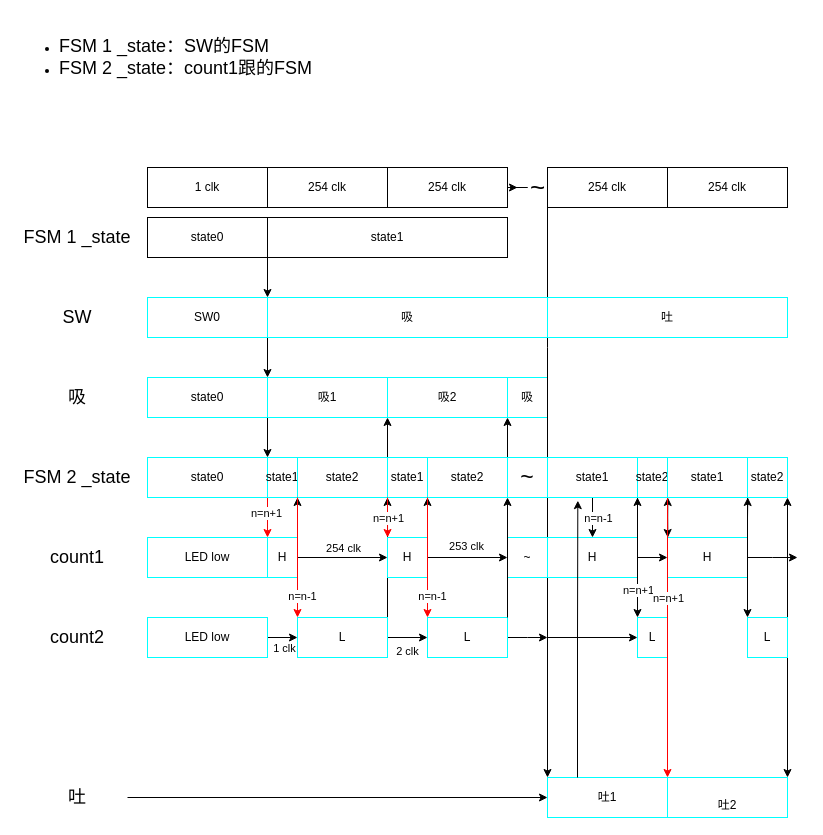
Above: page "MSC" (3 of 4) of S4/未命名圖表1.drawio in wsy0331/SOC-Lab (draw.io), before the change. Source tidied: cells renumbered, new cells numbered last; positions are measured from the earlier drawing's top-left corner, leaving out a move shared by most shapes. Both pictures are drawn from the tidied source at 100%, with x=0, y=0 at pixel (17, 17).
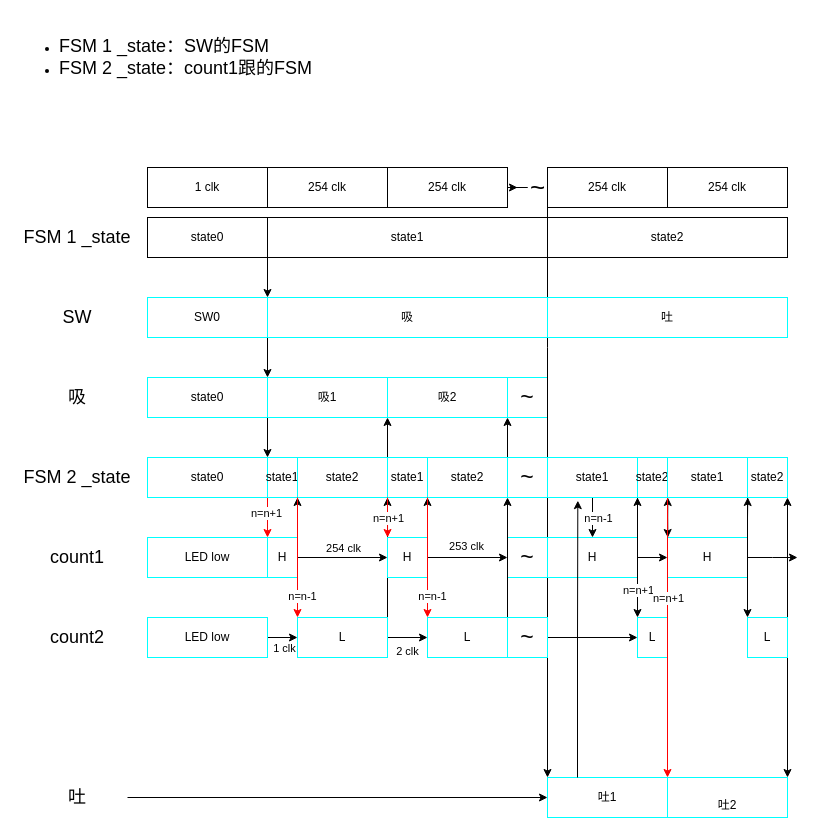
The same diagram, later.

Unchanged cells that the change refers to:
```xml
<mxCell id="12" value="L" style="rounded=0;whiteSpace=wrap;html=1;strokeColor=#00FFFF;" parent="1" vertex="1">
  <mxGeometry x="410" y="600" width="80" height="40" as="geometry" />
</mxCell>
```

Diff of the diagram source:
```diff
@@
-    <mxCell id="11" style="edgeStyle=orthogonalEdgeStyle;rounded=0;jettySize=auto;html=1;exitX=1;exitY=0.5;exitDx=0;exitDy=0;" parent="1" edge="1" source="12">
-      <mxGeometry relative="1" as="geometry">
-        <mxPoint x="530" y="620" as="targetPoint" />
-      </mxGeometry>
-    </mxCell>
@@
     <mxCell id="41" value="state1" style="rounded=0;whiteSpace=wrap;html=1;" parent="1" vertex="1">
-      <mxGeometry x="250" y="200" width="240" height="40" as="geometry" />
+      <mxGeometry x="250" y="200" width="280" height="40" as="geometry" />
     </mxCell>
@@
-    <mxCell id="59" value="吸" style="rounded=0;whiteSpace=wrap;html=1;strokeColor=#00FFFF;" parent="1" vertex="1">
+    <mxCell id="59" value="&lt;span style=&quot;font-size: 23px;&quot;&gt;~&lt;/span&gt;" style="rounded=0;whiteSpace=wrap;html=1;strokeColor=#00FFFF;" parent="1" vertex="1">
       <mxGeometry x="490" y="360" width="40" height="40" as="geometry" />
     </mxCell>
@@
-    <mxCell id="62" value="~" style="rounded=0;whiteSpace=wrap;html=1;strokeColor=#00FFFF;" parent="1" vertex="1">
+    <mxCell id="62" value="~" style="rounded=0;whiteSpace=wrap;html=1;strokeColor=#00FFFF;fontSize=23;" parent="1" vertex="1">
       <mxGeometry x="490" y="520" width="40" height="40" as="geometry" />
     </mxCell>
@@
+    <mxCell id="94" value="~" style="rounded=0;whiteSpace=wrap;html=1;strokeColor=#00FFFF;fontSize=23;" parent="1" vertex="1">
+      <mxGeometry x="490" y="600" width="40" height="40" as="geometry" />
+    </mxCell>
+    <mxCell id="95" value="state2" style="rounded=0;whiteSpace=wrap;html=1;" parent="1" vertex="1">
+      <mxGeometry x="530" y="200" width="240" height="40" as="geometry" />
+    </mxCell>
```
